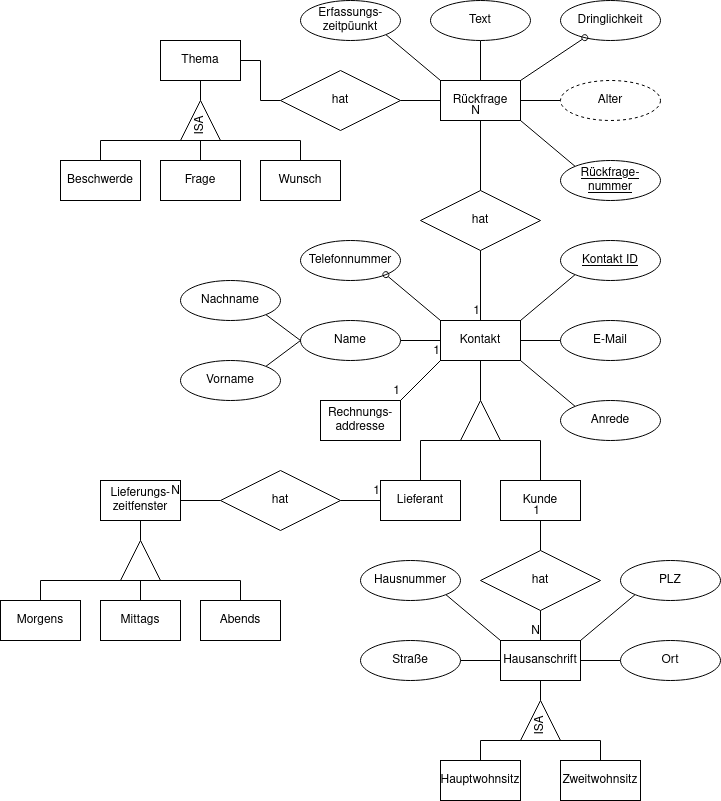
This is meilenstein_3/m3.png from mortimervonchappuis/DBWT, a draw.io export, as it was before one commit. Source tidied: cells renumbered, new cells last; positions are measured from the earlier drawing's top-left corner, leaving out a move shared by most shapes.
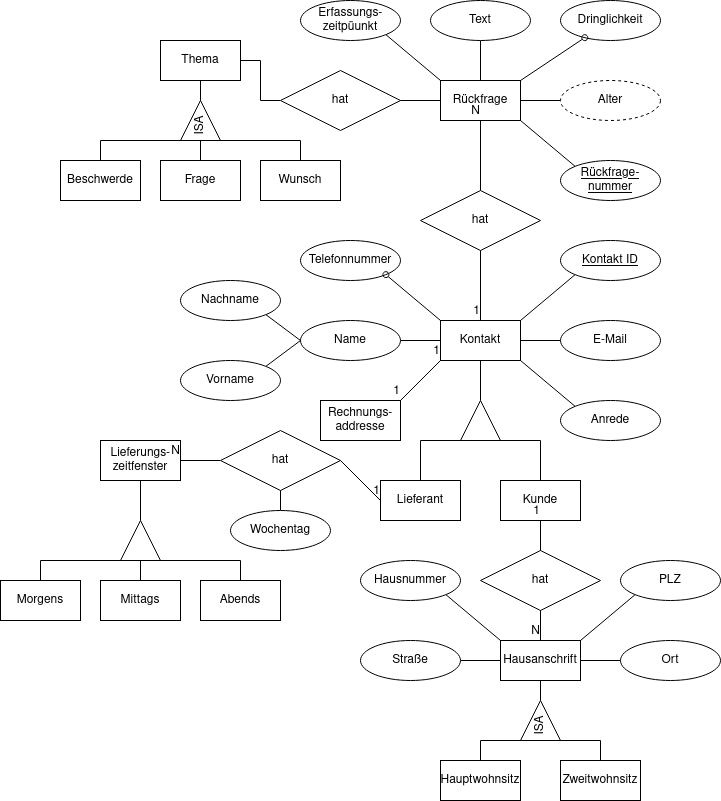
The same file after the commit.

Change to the diagram source:
```diff
@@ -171,47 +171,49 @@
       <mxGeometry x="60" y="160" width="80" height="40" as="geometry" />
     </mxCell>
     <mxCell id="52" value="Lieferungs-zeitfenster" style="whiteSpace=wrap;html=1;align=center;" parent="1" vertex="1">
-      <mxGeometry x="100" y="480" width="80" height="40" as="geometry" />
+      <mxGeometry x="100" y="440" width="80" height="40" as="geometry" />
     </mxCell>
     <mxCell id="53" style="edgeStyle=none;rounded=0;jettySize=auto;html=1;sourcePerimeterSpacing=0;endArrow=none;endFill=0;endSize=6;targetPerimeterSpacing=0;strokeWidth=1;" parent="1" edge="1" source="54" target="52">
       <mxGeometry relative="1" as="geometry" />
     </mxCell>
     <mxCell id="54" style="triangle;whiteSpace=wrap;html=1;rotation=-90;" parent="1" vertex="1">
-      <mxGeometry x="120" y="540" width="40" height="40" as="geometry" />
+      <mxGeometry x="120" y="520" width="40" height="40" as="geometry" />
     </mxCell>
-    <mxCell id="55" style="endArrow=none;html=1;rounded=0;strokeWidth=1;entryX=1;entryY=0.5;entryDx=0;entryDy=0;exitX=0;exitY=0.5;exitDx=0;exitDy=0;" parent="1" edge="1" source="70" target="52">
-      <mxGeometry relative="1" as="geometry" />
+    <mxCell id="55" style="endArrow=none;html=1;rounded=0;strokeWidth=1;entryX=1;entryY=0.5;entryDx=0;entryDy=0;exitX=0;exitY=0.5;exitDx=0;exitDy=0;" parent="1" edge="1" target="52">
+      <mxGeometry relative="1" as="geometry">
+        <mxPoint x="220" y="460" as="sourcePoint" />
+      </mxGeometry>
     </mxCell>
     <mxCell id="56" value="N" style="html=1;align=right;verticalAlign=bottom;" parent="55" vertex="1">
       <mxGeometry x="1" relative="1" as="geometry" />
     </mxCell>
     <mxCell id="57" style="edgeStyle=none;rounded=0;jettySize=auto;html=1;exitX=0.5;exitY=0;exitDx=0;exitDy=0;sourcePerimeterSpacing=0;endArrow=none;endFill=0;endSize=6;targetPerimeterSpacing=0;strokeWidth=1;" parent="1" edge="1" source="58">
       <mxGeometry relative="1" as="geometry">
-        <mxPoint x="140" y="580" as="targetPoint" />
+        <mxPoint x="140" y="560" as="targetPoint" />
         <Array as="points">
-          <mxPoint x="40" y="580" />
+          <mxPoint x="40" y="560" />
         </Array>
       </mxGeometry>
     </mxCell>
     <mxCell id="58" value="Morgens" style="whiteSpace=wrap;html=1;align=center;" parent="1" vertex="1">
-      <mxGeometry y="600" width="80" height="40" as="geometry" />
+      <mxGeometry y="580" width="80" height="40" as="geometry" />
     </mxCell>
     <mxCell id="59" style="edgeStyle=none;rounded=0;jettySize=auto;html=1;exitX=0.5;exitY=0;exitDx=0;exitDy=0;entryX=0;entryY=0.5;entryDx=0;entryDy=0;sourcePerimeterSpacing=0;endArrow=none;endFill=0;endSize=6;targetPerimeterSpacing=0;strokeWidth=1;" parent="1" edge="1" source="60" target="54">
       <mxGeometry relative="1" as="geometry" />
     </mxCell>
     <mxCell id="60" value="Mittags" style="whiteSpace=wrap;html=1;align=center;" parent="1" vertex="1">
-      <mxGeometry x="100" y="600" width="80" height="40" as="geometry" />
+      <mxGeometry x="100" y="580" width="80" height="40" as="geometry" />
     </mxCell>
     <mxCell id="61" style="edgeStyle=none;rounded=0;jettySize=auto;html=1;exitX=0.5;exitY=0;exitDx=0;exitDy=0;sourcePerimeterSpacing=0;endArrow=none;endFill=0;endSize=6;targetPerimeterSpacing=0;strokeWidth=1;" parent="1" edge="1" source="62">
       <mxGeometry relative="1" as="geometry">
-        <mxPoint x="140" y="580" as="targetPoint" />
+        <mxPoint x="140" y="560" as="targetPoint" />
         <Array as="points">
-          <mxPoint x="240" y="580" />
+          <mxPoint x="240" y="560" />
         </Array>
       </mxGeometry>
     </mxCell>
     <mxCell id="62" value="Abends" style="whiteSpace=wrap;html=1;align=center;" parent="1" vertex="1">
-      <mxGeometry x="200" y="600" width="80" height="40" as="geometry" />
+      <mxGeometry x="200" y="580" width="80" height="40" as="geometry" />
     </mxCell>
     <mxCell id="63" style="edgeStyle=none;rounded=0;jettySize=auto;html=1;exitX=0;exitY=0.5;exitDx=0;exitDy=0;entryX=1;entryY=0.5;entryDx=0;entryDy=0;sourcePerimeterSpacing=0;endArrow=none;endFill=0;endSize=6;targetPerimeterSpacing=0;strokeWidth=1;" parent="1" edge="1" source="64" target="69">
       <mxGeometry relative="1" as="geometry" />
@@ -235,7 +237,7 @@
       <mxGeometry x="500" y="640" width="80" height="40" as="geometry" />
     </mxCell>
     <mxCell id="70" value="hat" style="shape=rhombus;perimeter=rhombusPerimeter;whiteSpace=wrap;html=1;align=center;" parent="1" vertex="1">
-      <mxGeometry x="220" y="470" width="120" height="60" as="geometry" />
+      <mxGeometry x="220" y="430" width="120" height="60" as="geometry" />
     </mxCell>
     <mxCell id="71" style="endArrow=none;html=1;rounded=0;strokeWidth=1;entryX=0;entryY=0.5;entryDx=0;entryDy=0;exitX=1;exitY=0.5;exitDx=0;exitDy=0;" parent="1" edge="1" source="70" target="47">
       <mxGeometry relative="1" as="geometry" />
@@ -305,5 +307,11 @@
     <mxCell id="90" value="Rechnungs-addresse" style="whiteSpace=wrap;html=1;align=center;" parent="1" vertex="1">
       <mxGeometry x="320" y="400" width="80" height="40" as="geometry" />
     </mxCell>
+    <mxCell id="91" style="edgeStyle=orthogonalEdgeStyle;rounded=0;jettySize=auto;html=1;exitX=0.5;exitY=0;exitDx=0;exitDy=0;entryX=0.5;entryY=1;entryDx=0;entryDy=0;endArrow=none;endFill=0;" parent="1" edge="1" source="92" target="70">
+      <mxGeometry relative="1" as="geometry" />
+    </mxCell>
+    <mxCell id="92" value="Wochentag" style="ellipse;whiteSpace=wrap;html=1;align=center;" parent="1" vertex="1">
+      <mxGeometry x="230" y="510" width="100" height="40" as="geometry" />
+    </mxCell>
   </root>
 </mxGraphModel>
```
